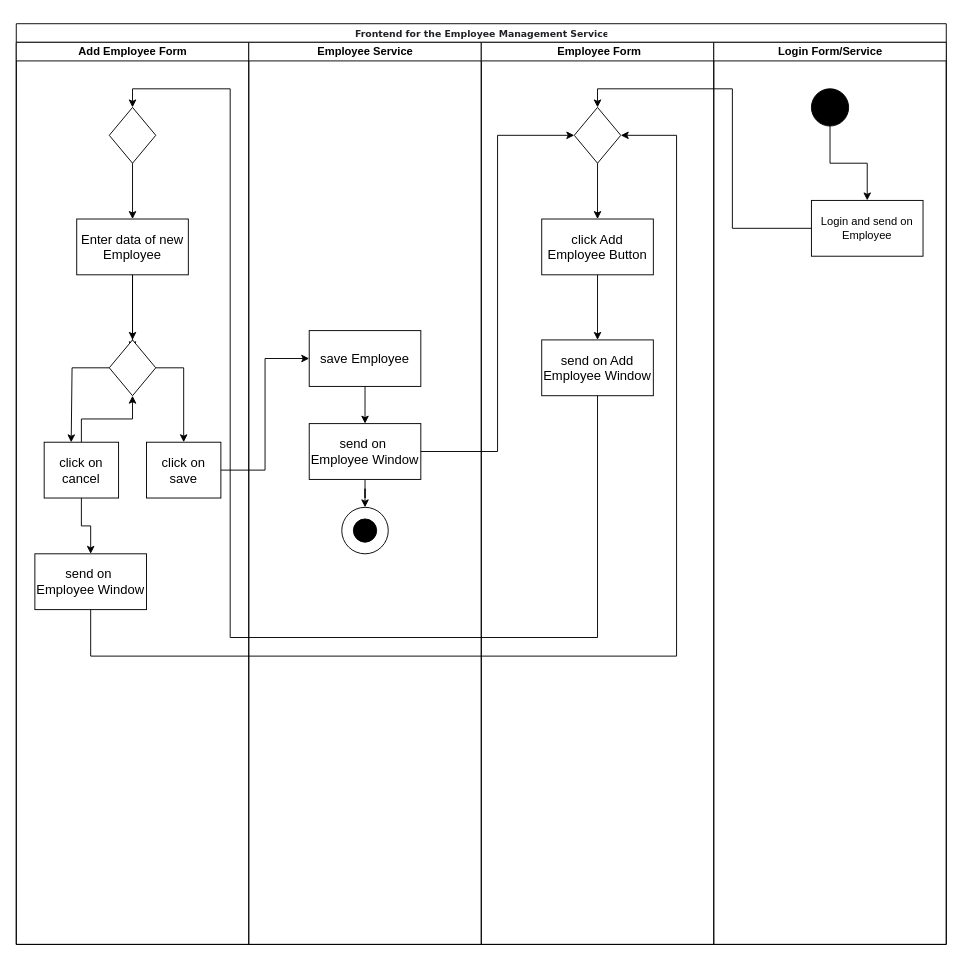
The draw.io diagram page "Neuen Mitarbeiter" (1 of 2) of LoginProject.drawio in DatPriest/loginProject, before the edit. Source tidied: cells renumbered, new cells numbered last; positions are measured from the earlier drawing's top-left corner, leaving out a move shared by most shapes. Both pictures are drawn from the tidied source at 93%, with x=0, y=0 at pixel (16, 23).
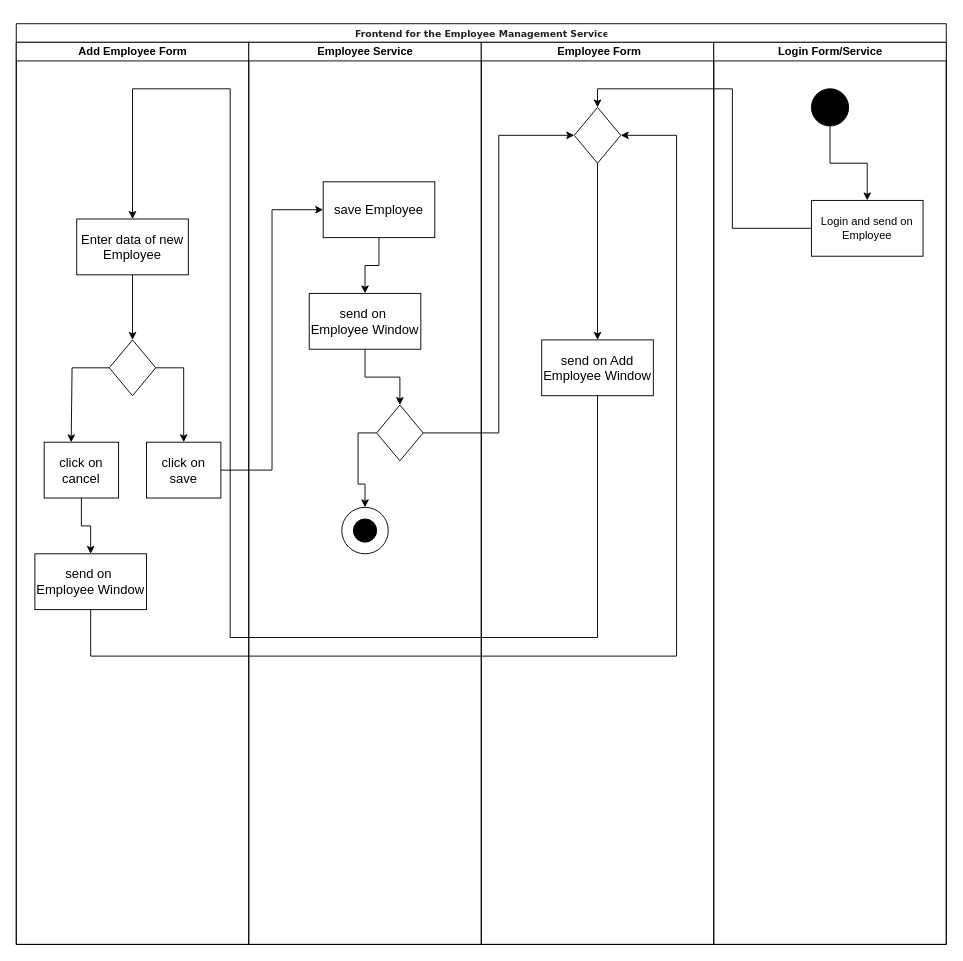
After the change.

Unchanged cells that the change refers to:
```xml
<mxCell id="2" value="&lt;pre class=&quot;tw-data-text tw-text-large tw-ta&quot; id=&quot;tw-target-text&quot; dir=&quot;ltr&quot; style=&quot;line-height: 36px ; border: none ; padding: 2px 0.14em 2px 0px ; position: relative ; margin-top: -2px ; margin-bottom: -2px ; resize: none ; font-family: inherit ; overflow: hidden ; width: 270px ; overflow-wrap: break-word ; color: rgb(32 , 33 , 36)&quot;&gt;&lt;span class=&quot;Y2IQFc&quot; lang=&quot;en&quot;&gt;&lt;font style=&quot;line-height: 2.97 ; font-size: 10px&quot;&gt;Frontend for the Employee Management Service&lt;/font&gt;&lt;/span&gt;&lt;/pre&gt;" style="swimlane;html=1;startSize=20;rounded=0;shadow=0;comic=0;labelBackgroundColor=none;strokeWidth=1;fontFamily=Verdana;fontSize=12;align=center;" parent="1" vertex="1">
  <mxGeometry width="1000" height="990" as="geometry" />
</mxCell>
<mxCell id="3" value="Add Employee Form" style="swimlane;html=1;startSize=20;" parent="2" vertex="1">
  <mxGeometry y="20" width="250" height="970" as="geometry" />
</mxCell>
<mxCell id="6" value="&lt;font style=&quot;font-size: 14px&quot;&gt;Enter data of new Employee&lt;/font&gt;" style="rounded=0;whiteSpace=wrap;html=1;fontSize=10;" parent="3" vertex="1">
  <mxGeometry x="65" y="190" width="120" height="60" as="geometry" />
</mxCell>
<mxCell id="11" style="rhombus;whiteSpace=wrap;html=1;fontSize=10;" parent="3" vertex="1">
  <mxGeometry x="100" y="320" width="50" height="60" as="geometry" />
</mxCell>
<mxCell id="14" value="click on cancel" style="rounded=0;whiteSpace=wrap;html=1;fontSize=14;" parent="3" vertex="1">
  <mxGeometry x="30" y="430" width="80" height="60" as="geometry" />
</mxCell>
<mxCell id="17" value="Employee Service" style="swimlane;html=1;startSize=20;" parent="2" vertex="1">
  <mxGeometry x="250" y="20" width="250" height="970" as="geometry" />
</mxCell>
<mxCell id="22" style="ellipse;whiteSpace=wrap;html=1;fillColor=none;" parent="17" vertex="1">
  <mxGeometry x="100" y="500" width="50" height="50" as="geometry" />
</mxCell>
<mxCell id="24" value="&amp;nbsp;Employee Form" style="swimlane;html=1;startSize=20;" parent="2" vertex="1">
  <mxGeometry x="500" y="20" width="250" height="970" as="geometry" />
</mxCell>
<mxCell id="27" style="rhombus;whiteSpace=wrap;html=1;fontSize=10;" parent="24" vertex="1">
  <mxGeometry x="100" y="70" width="50" height="60" as="geometry" />
</mxCell>
<mxCell id="31" value="send on Add Employee Window" style="rounded=0;whiteSpace=wrap;html=1;fontSize=14;" parent="24" vertex="1">
  <mxGeometry x="65" y="320" width="120" height="60" as="geometry" />
</mxCell>
```

What changed in the source:
```diff
@@
-    <mxCell id="4" style="rhombus;whiteSpace=wrap;html=1;fontSize=10;" parent="3" vertex="1">
-      <mxGeometry x="100" y="70" width="50" height="60" as="geometry" />
-    </mxCell>
-    <mxCell id="5" style="edgeStyle=orthogonalEdgeStyle;rounded=0;jettySize=auto;html=1;fontSize=14;" parent="3" edge="1" source="6" target="11">
+    <mxCell id="5" style="edgeStyle=orthogonalEdgeStyle;rounded=0;jettySize=auto;html=1;entryX=0.5;entryY=0;entryDx=0;entryDy=0;fontColor=#000000;" parent="3" edge="1" source="6" target="11">
       <mxGeometry relative="1" as="geometry" />
     </mxCell>
@@
-    <mxCell id="7" style="endArrow=classic;html=1;rounded=0;fontSize=10;exitX=0.5;exitY=1;exitDx=0;exitDy=0;" parent="3" edge="1" source="4" target="6">
-      <mxGeometry relative="1" as="geometry" />
-    </mxCell>
-    <mxCell id="8" style="edgeStyle=orthogonalEdgeStyle;rounded=0;jettySize=auto;html=1;entryX=0.5;entryY=0;entryDx=0;entryDy=0;fontSize=14;" parent="3" edge="1" source="6">
-      <mxGeometry relative="1" as="geometry">
-        <mxPoint x="125" y="330" as="targetPoint" />
-      </mxGeometry>
-    </mxCell>
@@
-    <mxCell id="13" style="edgeStyle=orthogonalEdgeStyle;rounded=0;jettySize=auto;html=1;" parent="3" edge="1" source="14" target="11">
-      <mxGeometry relative="1" as="geometry" />
-    </mxCell>
@@
     <mxCell id="19" value="save Employee" style="rounded=0;whiteSpace=wrap;html=1;fontSize=14;" parent="17" vertex="1">
-      <mxGeometry x="65" y="310" width="120" height="60" as="geometry" />
+      <mxGeometry x="80" y="150" width="120" height="60" as="geometry" />
     </mxCell>
-    <mxCell id="20" style="edgeStyle=orthogonalEdgeStyle;rounded=0;jettySize=auto;html=1;entryX=0.5;entryY=0;entryDx=0;entryDy=0;" parent="17" edge="1" source="21" target="22">
-      <mxGeometry relative="1" as="geometry" />
-    </mxCell>
+    <mxCell id="43" style="edgeStyle=orthogonalEdgeStyle;rounded=0;jettySize=auto;html=1;fontColor=#000000;" parent="17" edge="1" source="21" target="45">
+      <mxGeometry relative="1" as="geometry" />
+    </mxCell>
     <mxCell id="21" value="send on&amp;nbsp; Employee Window" style="rounded=0;whiteSpace=wrap;html=1;fontSize=14;" parent="17" vertex="1">
-      <mxGeometry x="65" y="410" width="120" height="60" as="geometry" />
+      <mxGeometry x="65" y="270" width="120" height="60" as="geometry" />
     </mxCell>
@@
+    <mxCell id="44" style="edgeStyle=orthogonalEdgeStyle;rounded=0;jettySize=auto;html=1;exitX=0;exitY=0.5;exitDx=0;exitDy=0;entryX=0.5;entryY=0;entryDx=0;entryDy=0;fontColor=#000000;" parent="17" edge="1" source="45" target="22">
+      <mxGeometry relative="1" as="geometry" />
+    </mxCell>
+    <mxCell id="45" style="rhombus;whiteSpace=wrap;html=1;fontSize=10;" parent="17" vertex="1">
+      <mxGeometry x="137.5" y="390" width="50" height="60" as="geometry" />
+    </mxCell>
@@
-    <mxCell id="28" style="edgeStyle=orthogonalEdgeStyle;rounded=0;jettySize=auto;html=1;entryX=0.5;entryY=0;entryDx=0;entryDy=0;fontSize=14;" parent="24" edge="1" source="29" target="31">
-      <mxGeometry relative="1" as="geometry" />
-    </mxCell>
-    <mxCell id="29" value="&lt;font style=&quot;font-size: 14px&quot;&gt;click Add Employee Button&lt;/font&gt;" style="rounded=0;whiteSpace=wrap;html=1;fontSize=10;" parent="24" vertex="1">
-      <mxGeometry x="65" y="190" width="120" height="60" as="geometry" />
-    </mxCell>
-    <mxCell id="30" style="endArrow=classic;html=1;rounded=0;fontSize=10;exitX=0.5;exitY=1;exitDx=0;exitDy=0;" parent="24" edge="1" source="27" target="29">
+    <mxCell id="30" style="endArrow=classic;html=1;rounded=0;fontSize=10;exitX=0.5;exitY=1;exitDx=0;exitDy=0;entryX=0.5;entryY=0;entryDx=0;entryDy=0;" parent="24" edge="1" source="27" target="31">
       <mxGeometry relative="1" as="geometry" />
     </mxCell>
@@
-    <mxCell id="32" style="edgeStyle=orthogonalEdgeStyle;rounded=0;jettySize=auto;html=1;entryX=0.5;entryY=0;entryDx=0;entryDy=0;fontSize=14;" parent="2" edge="1" source="31" target="4">
+    <mxCell id="32" style="edgeStyle=orthogonalEdgeStyle;rounded=0;jettySize=auto;html=1;entryX=0.5;entryY=0;entryDx=0;entryDy=0;fontSize=14;" parent="2" edge="1" source="31" target="6">
       <mxGeometry relative="1" as="geometry">
         <Array as="points">
           <mxPoint x="625" y="660" />
           <mxPoint x="230" y="660" />
           <mxPoint x="230" y="70" />
           <mxPoint x="125" y="70" />
         </Array>
       </mxGeometry>
     </mxCell>
@@
-    <mxCell id="35" style="edgeStyle=orthogonalEdgeStyle;rounded=0;jettySize=auto;html=1;entryX=0;entryY=0.5;entryDx=0;entryDy=0;fontSize=14;" parent="2" edge="1" source="21" target="27">
-      <mxGeometry relative="1" as="geometry" />
-    </mxCell>
@@
+    <mxCell id="46" style="edgeStyle=orthogonalEdgeStyle;rounded=0;jettySize=auto;html=1;exitX=1;exitY=0.5;exitDx=0;exitDy=0;entryX=0;entryY=0.5;entryDx=0;entryDy=0;fontColor=#000000;" parent="2" edge="1" source="45" target="27">
+      <mxGeometry relative="1" as="geometry" />
+    </mxCell>
```
